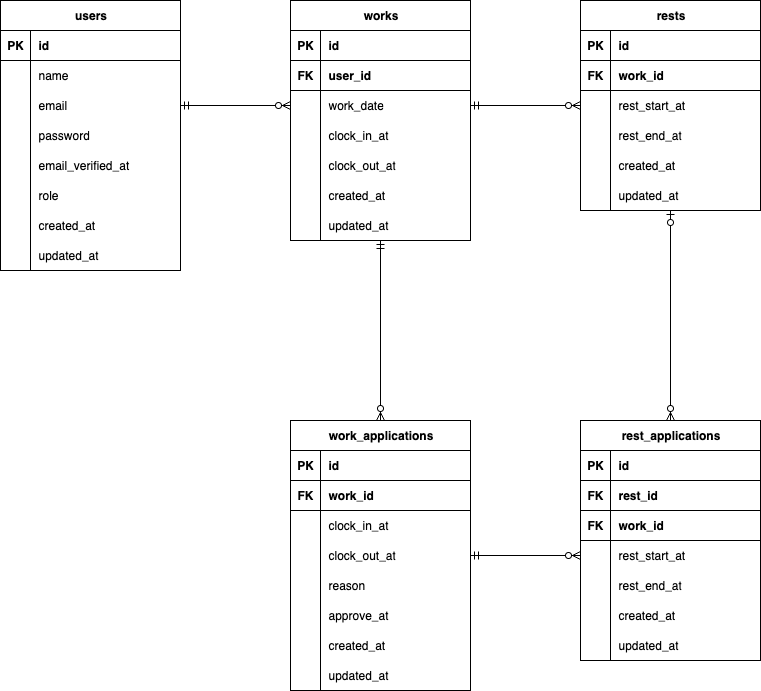
Before: src/document/ER_diagram.drowio.png, a diagram exported from draw.io (chatainazara/clockin). Source tidied: cells renumbered, new cells last; positions are measured from the earlier drawing's top-left corner, leaving out a move shared by most shapes.
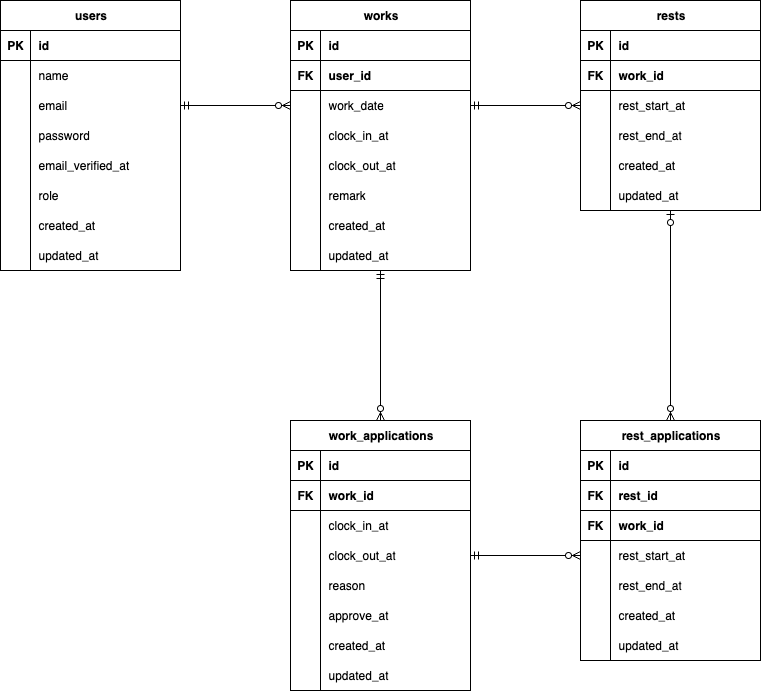
After the change.

What changed in the source:
```diff
@@ -78,7 +78,7 @@
       <mxGeometry x="30" width="150" height="30" as="geometry" />
     </mxCell>
     <mxCell id="27" value="works" style="shape=table;startSize=30;rowLines=0;fontStyle=1;align=center;html=1;fillColor=none;" parent="1" vertex="1">
-      <mxGeometry x="290" width="180" height="240" as="geometry" />
+      <mxGeometry x="290" width="180" height="270" as="geometry" />
     </mxCell>
     <mxCell id="28" style="shape=tableRow;horizontal=0;startSize=0;swimlaneHead=0;swimlaneBody=0;fillColor=none;top=0;left=0;right=0;bottom=1;" parent="27" vertex="1">
       <mxGeometry y="30" width="180" height="30" as="geometry" />
@@ -125,8 +125,17 @@
     <mxCell id="42" value="clock_out_at" style="shape=partialRectangle;fillColor=none;top=0;left=0;bottom=0;right=0;align=left;spacingLeft=6;overflow=hidden;whiteSpace=wrap;html=1;" parent="40" vertex="1">
       <mxGeometry x="30" width="150" height="30" as="geometry" />
     </mxCell>
+    <mxCell id="120" style="shape=tableRow;horizontal=0;startSize=0;swimlaneHead=0;swimlaneBody=0;fillColor=none;top=0;left=0;right=0;bottom=0;" parent="27" vertex="1">
+      <mxGeometry y="180" width="180" height="30" as="geometry" />
+    </mxCell>
+    <mxCell id="121" style="shape=partialRectangle;fillColor=none;top=0;left=0;bottom=0;right=0;overflow=hidden;whiteSpace=wrap;html=1;" parent="120" vertex="1">
+      <mxGeometry width="30" height="30" as="geometry" />
+    </mxCell>
+    <mxCell id="122" value="remark" style="shape=partialRectangle;fillColor=none;top=0;left=0;bottom=0;right=0;align=left;spacingLeft=6;overflow=hidden;whiteSpace=wrap;html=1;" parent="120" vertex="1">
+      <mxGeometry x="30" width="150" height="30" as="geometry" />
+    </mxCell>
     <mxCell id="43" style="shape=tableRow;horizontal=0;startSize=0;swimlaneHead=0;swimlaneBody=0;fillColor=none;top=0;left=0;right=0;bottom=0;" parent="27" vertex="1">
-      <mxGeometry y="180" width="180" height="30" as="geometry" />
+      <mxGeometry y="210" width="180" height="30" as="geometry" />
     </mxCell>
     <mxCell id="44" style="shape=partialRectangle;fillColor=none;top=0;left=0;bottom=0;right=0;overflow=hidden;whiteSpace=wrap;html=1;" parent="43" vertex="1">
       <mxGeometry width="30" height="30" as="geometry" />
@@ -135,7 +144,7 @@
       <mxGeometry x="30" width="150" height="30" as="geometry" />
     </mxCell>
     <mxCell id="46" style="shape=tableRow;horizontal=0;startSize=0;swimlaneHead=0;swimlaneBody=0;fillColor=none;points=[[0,0.5],[1,0.5]];portConstraint=eastwest;top=0;left=0;right=0;bottom=0;" parent="27" vertex="1">
-      <mxGeometry y="210" width="180" height="30" as="geometry" />
+      <mxGeometry y="240" width="180" height="30" as="geometry" />
     </mxCell>
     <mxCell id="47" style="shape=partialRectangle;fillColor=none;top=0;left=0;bottom=0;right=0;overflow=hidden;whiteSpace=wrap;html=1;" parent="46" vertex="1">
       <mxGeometry width="30" height="30" as="geometry" />
```
